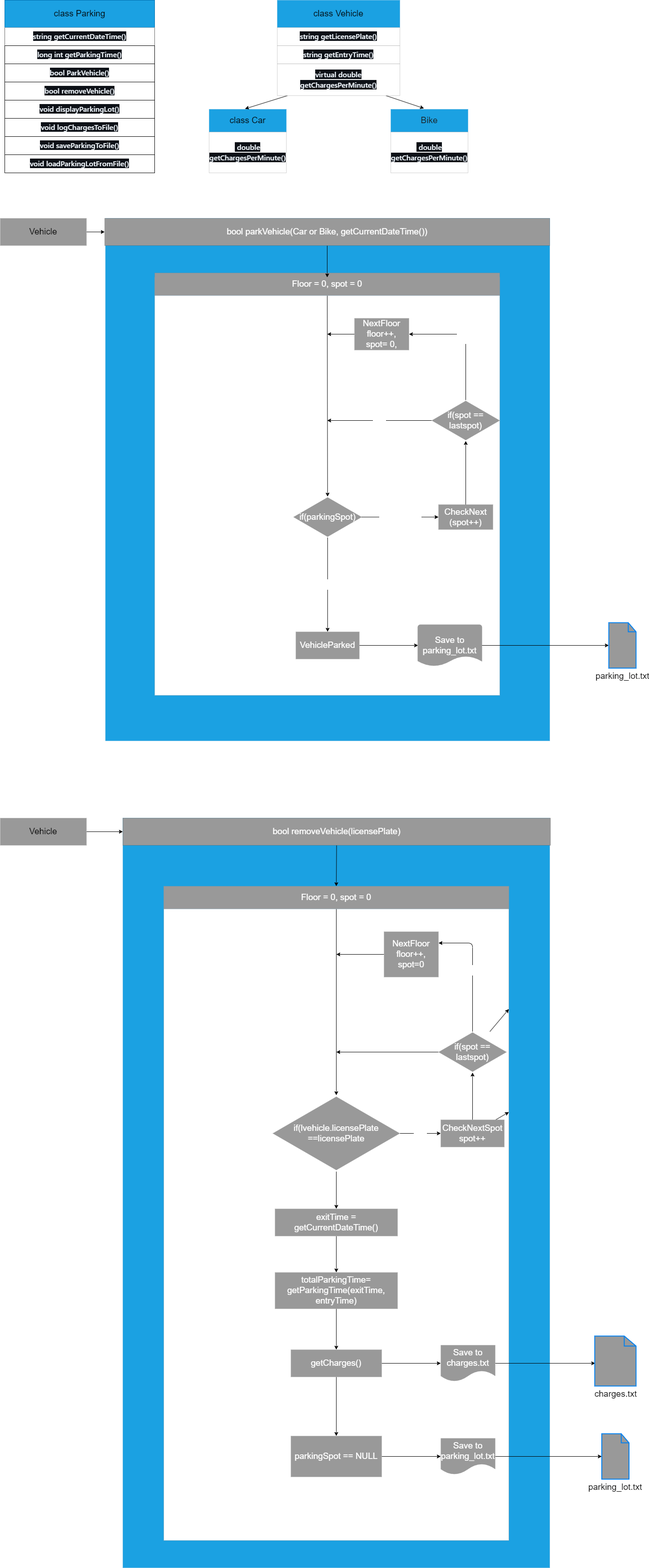
Above: VehicleParking/FlowDiagram.png in tusharx0809/OOPS-Projects-cpp (draw.io), before the change. Source tidied: cells renumbered, new cells last; positions are measured from the earlier drawing's top-left corner, leaving out a move shared by most shapes.
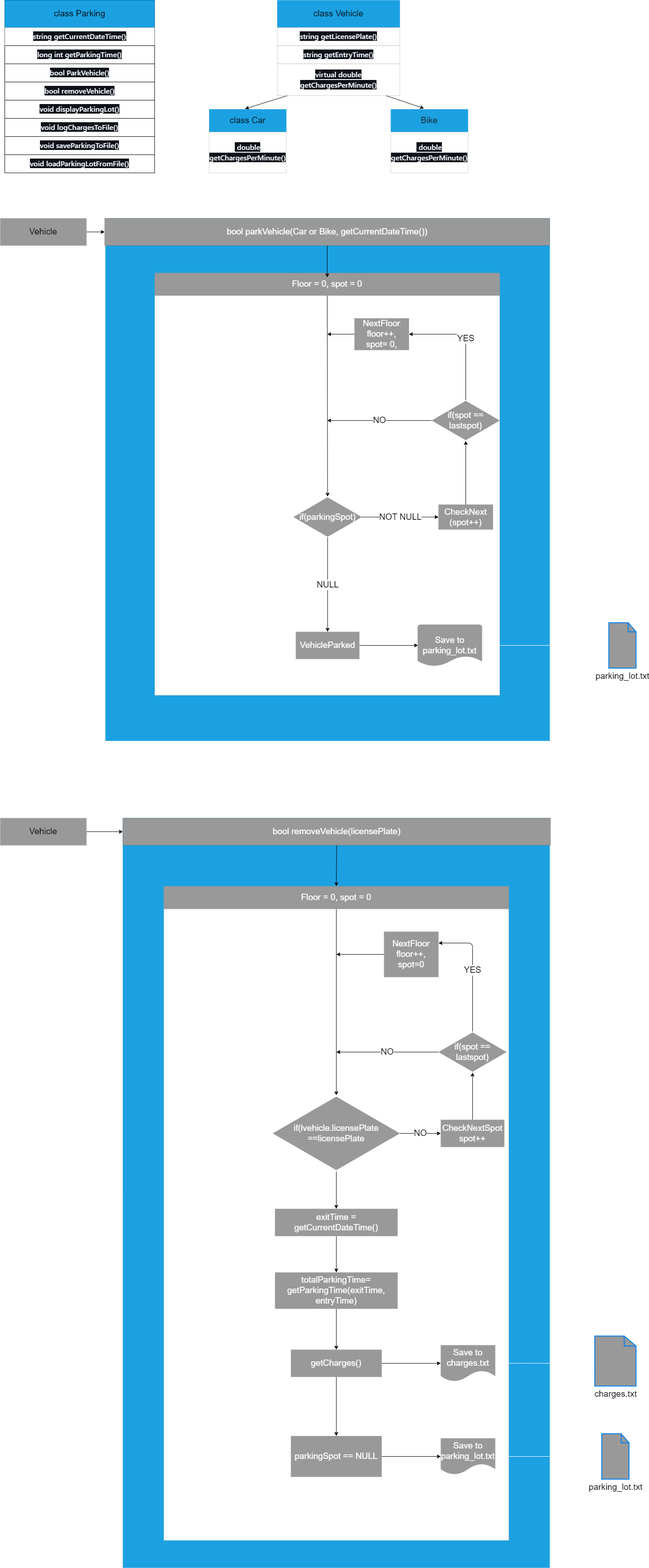
The same file after the commit.

Commit message:
flow diagram fixed

The edit, as a diff of the source:
```diff
@@ -98,10 +98,10 @@
     <mxCell id="31" value="bool parkVehicle(Car or Bike, getCurrentDateTime())" style="rounded=0;whiteSpace=wrap;html=1;strokeWidth=0;fontSize=19;fontColor=#FFFFFF;fillColor=#999999;gradientColor=none;" parent="1" vertex="1">
       <mxGeometry x="230" y="480" width="980" height="60" as="geometry" />
     </mxCell>
-    <mxCell id="32" value="NULL" style="edgeStyle=none;html=1;fontSize=19;fontColor=#FFFFFF;" parent="1" edge="1" source="34" target="36">
+    <mxCell id="32" value="&lt;font color=&quot;#000000&quot;&gt;NULL&lt;/font&gt;" style="edgeStyle=none;html=1;fontSize=19;fontColor=#FFFFFF;" parent="1" edge="1" source="34" target="36">
       <mxGeometry relative="1" as="geometry" />
     </mxCell>
-    <mxCell id="33" value="NOT NULL" style="edgeStyle=none;html=1;fontSize=19;fontColor=#FFFFFF;" parent="1" edge="1" source="34" target="37">
+    <mxCell id="33" value="&lt;font color=&quot;#000000&quot;&gt;NOT NULL&lt;/font&gt;" style="edgeStyle=none;html=1;fontSize=19;fontColor=#FFFFFF;" parent="1" edge="1" source="34" target="37">
       <mxGeometry relative="1" as="geometry" />
     </mxCell>
     <mxCell id="34" value="if(parkingSpot)" style="html=1;whiteSpace=wrap;shape=isoRectangle;strokeWidth=0;fontSize=19;fontColor=#FFFFFF;fillColor=#999999;gradientColor=none;" parent="1" vertex="1">
@@ -125,14 +125,14 @@
     <mxCell id="40" style="edgeStyle=none;html=1;fontSize=19;fontColor=#FFFFFF;" parent="1" edge="1" source="43" target="27">
       <mxGeometry relative="1" as="geometry" />
     </mxCell>
-    <mxCell id="41" value="YES" style="edgeStyle=none;html=1;entryX=1;entryY=0.5;entryDx=0;entryDy=0;fontSize=19;fontColor=#FFFFFF;" parent="1" edge="1" source="43" target="46">
+    <mxCell id="41" value="YES" style="edgeStyle=none;html=1;entryX=1;entryY=0.5;entryDx=0;entryDy=0;fontSize=19;fontColor=#000000;" parent="1" edge="1" source="43" target="46">
       <mxGeometry relative="1" as="geometry">
         <Array as="points">
           <mxPoint x="1025" y="735" />
         </Array>
       </mxGeometry>
     </mxCell>
-    <mxCell id="42" value="NO" style="edgeStyle=none;html=1;fontSize=19;fontColor=#FFFFFF;" parent="1" edge="1" source="43">
+    <mxCell id="42" value="NO" style="edgeStyle=none;html=1;fontSize=19;fontColor=#000000;" parent="1" edge="1" source="43">
       <mxGeometry relative="1" as="geometry">
         <mxPoint x="720" y="925" as="targetPoint" />
       </mxGeometry>
@@ -151,7 +151,7 @@
     <mxCell id="46" value="NextFloor&lt;br&gt;floor++,&lt;br&gt;spot= 0," style="rounded=0;whiteSpace=wrap;html=1;strokeColor=#999999;strokeWidth=0;fontSize=19;fontColor=#FFFFFF;fillColor=#999999;gradientColor=none;" parent="1" vertex="1">
       <mxGeometry x="780" y="700" width="120" height="70" as="geometry" />
     </mxCell>
-    <mxCell id="47" style="edgeStyle=none;html=1;fontSize=19;fontColor=#FFFFFF;" parent="1" edge="1" source="48" target="49">
+    <mxCell id="47" style="edgeStyle=none;html=1;fontSize=19;fontColor=#FFFFFF;strokeColor=#FFFFFF;" parent="1" edge="1" source="48" target="49">
       <mxGeometry relative="1" as="geometry" />
     </mxCell>
     <mxCell id="48" value="Save to parking_lot.txt&lt;br&gt;" style="strokeWidth=2;html=1;shape=mxgraph.flowchart.document2;whiteSpace=wrap;size=0.25;strokeColor=#999999;fontSize=19;fontColor=#FFFFFF;fillColor=#999999;gradientColor=none;" parent="1" vertex="1">
@@ -184,7 +184,7 @@
     <mxCell id="57" value="Floor = 0, spot = 0" style="rounded=0;whiteSpace=wrap;html=1;strokeWidth=0;fontSize=19;fillColor=#999999;fontColor=#ffffff;strokeColor=#006EAF;gradientColor=none;" parent="1" vertex="1">
       <mxGeometry x="360" y="1950" width="760" height="50" as="geometry" />
     </mxCell>
-    <mxCell id="58" value="NO" style="edgeStyle=none;html=1;fontSize=19;fontColor=#FFFFFF;" parent="1" edge="1" source="60" target="63">
+    <mxCell id="58" value="NO" style="edgeStyle=none;html=1;fontSize=19;fontColor=#000000;" parent="1" edge="1" source="60" target="63">
       <mxGeometry relative="1" as="geometry" />
     </mxCell>
     <mxCell id="59" style="edgeStyle=none;html=1;fontSize=19;fontColor=#FFFFFF;" parent="1" edge="1" source="60" target="71">
@@ -193,24 +193,18 @@
     <mxCell id="60" value="if(lvehicle.licensePlate&lt;br&gt;==licensePlate" style="html=1;whiteSpace=wrap;shape=isoRectangle;strokeColor=#999999;strokeWidth=0;fontSize=19;fontColor=#FFFFFF;fillColor=#999999;gradientColor=none;" parent="1" vertex="1">
       <mxGeometry x="600" y="2410" width="280" height="168" as="geometry" />
     </mxCell>
-    <mxCell id="61" style="edgeStyle=none;html=1;fontSize=19;fontColor=#FFFFFF;" parent="1" edge="1" source="63" target="54">
-      <mxGeometry relative="1" as="geometry" />
-    </mxCell>
     <mxCell id="62" style="edgeStyle=none;html=1;fontSize=19;fontColor=#FFFFFF;" parent="1" edge="1" source="63" target="67">
       <mxGeometry relative="1" as="geometry" />
     </mxCell>
     <mxCell id="63" value="CheckNextSpot&lt;br&gt;spot++" style="whiteSpace=wrap;html=1;fontSize=19;fillColor=#999999;strokeColor=#999999;fontColor=#FFFFFF;strokeWidth=0;gradientColor=none;" parent="1" vertex="1">
       <mxGeometry x="970" y="2464" width="140" height="60" as="geometry" />
     </mxCell>
-    <mxCell id="64" style="edgeStyle=none;html=1;fontSize=19;fontColor=#FFFFFF;" parent="1" edge="1" source="67">
+    <mxCell id="64" value="NO" style="edgeStyle=none;html=1;fontSize=19;fontColor=#000000;" parent="1" edge="1" source="67">
       <mxGeometry relative="1" as="geometry">
         <mxPoint x="740" y="2315" as="targetPoint" />
       </mxGeometry>
     </mxCell>
-    <mxCell id="65" style="edgeStyle=none;html=1;fontSize=19;fontColor=#FFFFFF;" parent="1" edge="1" source="67" target="54">
-      <mxGeometry relative="1" as="geometry" />
-    </mxCell>
-    <mxCell id="66" value="YES" style="edgeStyle=none;html=1;entryX=1;entryY=0.25;entryDx=0;entryDy=0;fontSize=19;fontColor=#FFFFFF;" parent="1" edge="1" source="67" target="69">
+    <mxCell id="66" value="&lt;font color=&quot;#000000&quot;&gt;YES&lt;/font&gt;" style="edgeStyle=none;html=1;entryX=1;entryY=0.25;entryDx=0;entryDy=0;fontSize=19;fontColor=#FFFFFF;" parent="1" edge="1" source="67" target="69">
       <mxGeometry relative="1" as="geometry">
         <Array as="points">
           <mxPoint x="1040" y="2075" />
@@ -249,7 +243,7 @@
     <mxCell id="76" value="getCharges()" style="rounded=0;whiteSpace=wrap;html=1;strokeColor=#999999;strokeWidth=0;fontSize=19;fontColor=#FFFFFF;fillColor=#999999;gradientColor=none;" parent="1" vertex="1">
       <mxGeometry x="640" y="2970" width="200" height="60" as="geometry" />
     </mxCell>
-    <mxCell id="77" style="edgeStyle=none;html=1;entryX=0.011;entryY=0.545;entryDx=0;entryDy=0;entryPerimeter=0;fontSize=19;fontColor=#FFFFFF;" parent="1" edge="1" source="78" target="79">
+    <mxCell id="77" style="edgeStyle=none;html=1;entryX=0.011;entryY=0.545;entryDx=0;entryDy=0;entryPerimeter=0;fontSize=19;fontColor=#FFFFFF;strokeColor=#FFFFFF;" parent="1" edge="1" source="78" target="79">
       <mxGeometry relative="1" as="geometry" />
     </mxCell>
     <mxCell id="78" value="Save to&lt;br&gt;charges.txt" style="shape=document;whiteSpace=wrap;html=1;boundedLbl=1;strokeColor=#999999;strokeWidth=0;fontSize=19;fontColor=#FFFFFF;fillColor=#999999;gradientColor=none;" parent="1" vertex="1">
@@ -264,7 +258,7 @@
     <mxCell id="81" value="&lt;font color=&quot;#ffffff&quot;&gt;parkingSpot == NULL&lt;/font&gt;" style="rounded=0;whiteSpace=wrap;html=1;strokeColor=#999999;strokeWidth=0;fontSize=19;fontColor=#000000;fillColor=#999999;gradientColor=none;" parent="1" vertex="1">
       <mxGeometry x="640" y="3160" width="200" height="90" as="geometry" />
     </mxCell>
-    <mxCell id="82" style="edgeStyle=none;html=1;fontSize=19;fontColor=#FFFFFF;" parent="1" edge="1" source="83" target="84">
+    <mxCell id="82" style="edgeStyle=none;html=1;fontSize=19;fontColor=#FFFFFF;strokeColor=#FFFFFF;" parent="1" edge="1" source="83" target="84">
       <mxGeometry relative="1" as="geometry" />
     </mxCell>
     <mxCell id="83" value="Save to&lt;br&gt;parking_lot.txt" style="shape=document;whiteSpace=wrap;html=1;boundedLbl=1;strokeColor=#999999;strokeWidth=0;fontSize=19;fontColor=#FFFFFF;fillColor=#999999;gradientColor=none;" parent="1" vertex="1">
```
